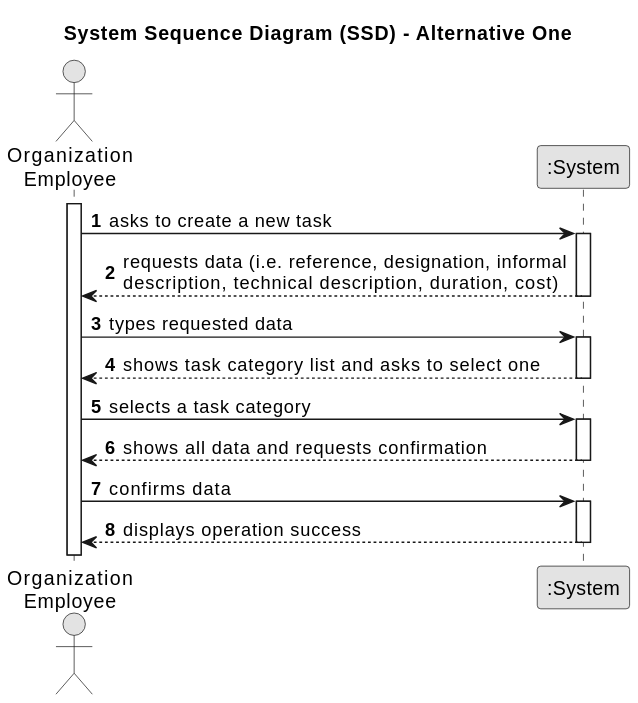
JorgeUbaldoR/sem3-25-pi-2024_25-G131 keeps this PlantUML diagram as documentation/sprint1/ESINF/usei06/01.requirements-engineering/svg/us006-system-sequence-diagram-alternative-one.svg. Above is the earlier version. Its diagram source:
```plantuml
@startuml
skinparam monochrome true
skinparam packageStyle rectangle
skinparam shadowing false

title System Sequence Diagram (SSD) - Alternative One

autonumber

actor "Organization\nEmployee" as Employee
participant ":System" as System

activate Employee

    Employee -> System : asks to create a new task
    activate System

        System --> Employee : requests data (i.e. reference, designation, informal\ndescription, technical description, duration, cost)
    deactivate System

    Employee -> System : types requested data
    activate System

        System --> Employee : shows task category list and asks to select one
    deactivate System

    Employee -> System : selects a task category
    activate System

        System --> Employee : shows all data and requests confirmation
    deactivate System

    Employee -> System : confirms data
    activate System

        System --> Employee : displays operation success
    deactivate System
@enduml
```
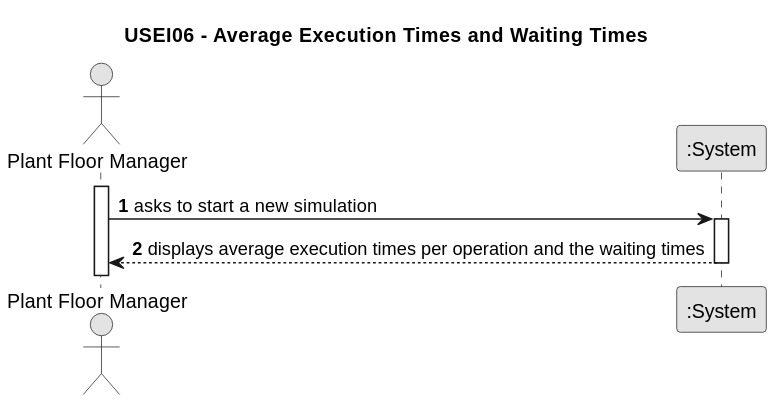
The same file after the commit.

Change to the diagram source:
```diff
@@ -3,36 +3,18 @@
 skinparam packageStyle rectangle
 skinparam shadowing false
 
-title System Sequence Diagram (SSD) - Alternative One
+title USEI06 -  Average Execution Times and Waiting Times
 
 autonumber
 
-actor "Organization\nEmployee" as Employee
+actor "Plant Floor Manager" as PFM
 participant ":System" as System
 
-activate Employee
+activate PFM
 
-    Employee -> System : asks to create a new task
+    PFM -> System : asks to start a new simulation
     activate System
 
-        System --> Employee : requests data (i.e. reference, designation, informal\ndescription, technical description, duration, cost)
-    deactivate System
-
-    Employee -> System : types requested data
-    activate System
-
-        System --> Employee : shows task category list and asks to select one
-    deactivate System
-
-    Employee -> System : selects a task category
-    activate System
-
-        System --> Employee : shows all data and requests confirmation
-    deactivate System
-
-    Employee -> System : confirms data
-    activate System
-
-        System --> Employee : displays operation success
+    System --> PFM : displays average execution times per operation and the waiting times
     deactivate System
 @enduml
```
